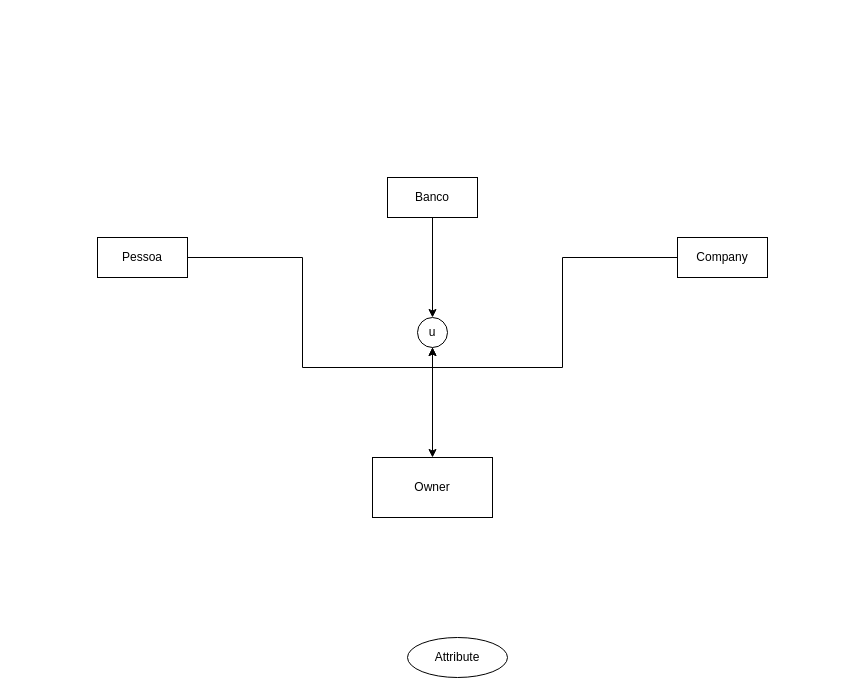
The draw.io diagram Diagrama sem nome.drawio in Paulo255/Jornada_SQL, before the edit. Source tidied: cells renumbered, new cells numbered last; positions are measured from the earlier drawing's top-left corner, leaving out a move shared by most shapes. Both pictures are drawn from the tidied source at 100%, with x=0, y=0 at pixel (97, 177).
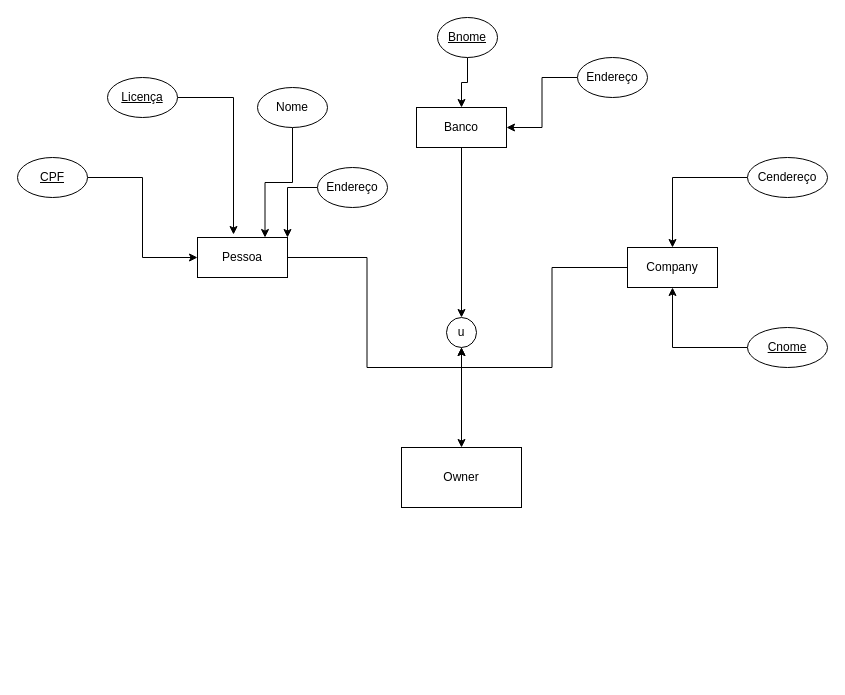
The same page after the edit.

Commit message (it also covers changes not shown here):
Financiamento de veículo

Change to the diagram source:
```diff
@@
     <mxCell id="3" value="Pessoa" style="whiteSpace=wrap;html=1;align=center;rotation=0;" parent="1" vertex="1">
-      <mxGeometry y="60" width="90" height="40" as="geometry" />
+      <mxGeometry x="100" y="60" width="90" height="40" as="geometry" />
     </mxCell>
@@
     <mxCell id="5" value="Banco" style="whiteSpace=wrap;html=1;align=center;" parent="1" vertex="1">
-      <mxGeometry x="290" width="90" height="40" as="geometry" />
+      <mxGeometry x="319" y="-70" width="90" height="40" as="geometry" />
     </mxCell>
@@
     <mxCell id="7" value="Company" style="whiteSpace=wrap;html=1;align=center;" parent="1" vertex="1">
-      <mxGeometry x="580" y="60" width="90" height="40" as="geometry" />
+      <mxGeometry x="530" y="70" width="90" height="40" as="geometry" />
     </mxCell>
@@
     <mxCell id="9" value="u" style="ellipse;whiteSpace=wrap;html=1;" parent="1" vertex="1">
-      <mxGeometry x="320" y="140" width="30" height="30" as="geometry" />
+      <mxGeometry x="349" y="140" width="30" height="30" as="geometry" />
     </mxCell>
     <mxCell id="10" value="Owner" style="rounded=0;whiteSpace=wrap;html=1;" parent="1" vertex="1">
-      <mxGeometry x="275" y="280" width="120" height="60" as="geometry" />
+      <mxGeometry x="304" y="270" width="120" height="60" as="geometry" />
     </mxCell>
+    <mxCell id="12" style="edgeStyle=orthogonalEdgeStyle;rounded=0;jettySize=auto;html=1;entryX=0.75;entryY=0;entryDx=0;entryDy=0;" parent="1" edge="1" source="11" target="3">
+      <mxGeometry relative="1" as="geometry" />
+    </mxCell>
-    <mxCell id="11" value="Attribute" style="ellipse;whiteSpace=wrap;html=1;align=center;" parent="1" vertex="1">
-      <mxGeometry x="310" y="460" width="100" height="40" as="geometry" />
+    <mxCell id="11" value="Nome" style="ellipse;whiteSpace=wrap;html=1;align=center;" parent="1" vertex="1">
+      <mxGeometry x="160" y="-90" width="70" height="40" as="geometry" />
     </mxCell>
+    <mxCell id="13" style="edgeStyle=orthogonalEdgeStyle;rounded=0;jettySize=auto;html=1;entryX=0;entryY=0.5;entryDx=0;entryDy=0;" parent="1" edge="1" source="14" target="3">
+      <mxGeometry relative="1" as="geometry" />
+    </mxCell>
+    <mxCell id="14" value="CPF" style="ellipse;whiteSpace=wrap;html=1;align=center;fontStyle=4;" parent="1" vertex="1">
+      <mxGeometry x="-80" y="-20" width="70" height="40" as="geometry" />
+    </mxCell>
+    <mxCell id="15" style="edgeStyle=orthogonalEdgeStyle;rounded=0;jettySize=auto;html=1;entryX=0.4;entryY=-0.075;entryDx=0;entryDy=0;entryPerimeter=0;" parent="1" edge="1" source="16" target="3">
+      <mxGeometry relative="1" as="geometry" />
+    </mxCell>
+    <mxCell id="16" value="Licença" style="ellipse;whiteSpace=wrap;html=1;align=center;fontStyle=4;" parent="1" vertex="1">
+      <mxGeometry x="10" y="-100" width="70" height="40" as="geometry" />
+    </mxCell>
+    <mxCell id="17" style="edgeStyle=orthogonalEdgeStyle;rounded=0;jettySize=auto;html=1;entryX=1;entryY=0;entryDx=0;entryDy=0;" parent="1" edge="1" source="18" target="3">
+      <mxGeometry relative="1" as="geometry" />
+    </mxCell>
+    <mxCell id="18" value="Endereço" style="ellipse;whiteSpace=wrap;html=1;align=center;" parent="1" vertex="1">
+      <mxGeometry x="220" y="-10" width="70" height="40" as="geometry" />
+    </mxCell>
+    <mxCell id="19" style="edgeStyle=orthogonalEdgeStyle;rounded=0;jettySize=auto;html=1;entryX=1;entryY=0.5;entryDx=0;entryDy=0;" parent="1" edge="1" source="20" target="5">
+      <mxGeometry relative="1" as="geometry" />
+    </mxCell>
+    <mxCell id="20" value="Endereço" style="ellipse;whiteSpace=wrap;html=1;align=center;" parent="1" vertex="1">
+      <mxGeometry x="480" y="-120" width="70" height="40" as="geometry" />
+    </mxCell>
+    <mxCell id="21" style="edgeStyle=orthogonalEdgeStyle;rounded=0;jettySize=auto;html=1;entryX=0.5;entryY=0;entryDx=0;entryDy=0;" parent="1" edge="1" source="22" target="5">
+      <mxGeometry relative="1" as="geometry" />
+    </mxCell>
+    <mxCell id="22" value="Bnome" style="ellipse;whiteSpace=wrap;html=1;align=center;fontStyle=4;" parent="1" vertex="1">
+      <mxGeometry x="340" y="-160" width="60" height="40" as="geometry" />
+    </mxCell>
+    <mxCell id="23" style="edgeStyle=orthogonalEdgeStyle;rounded=0;jettySize=auto;html=1;entryX=0.5;entryY=0;entryDx=0;entryDy=0;" parent="1" edge="1" source="24" target="7">
+      <mxGeometry relative="1" as="geometry" />
+    </mxCell>
+    <mxCell id="24" value="Cendereço" style="ellipse;whiteSpace=wrap;html=1;align=center;" parent="1" vertex="1">
+      <mxGeometry x="650" y="-20" width="80" height="40" as="geometry" />
+    </mxCell>
+    <mxCell id="25" style="edgeStyle=orthogonalEdgeStyle;rounded=0;jettySize=auto;html=1;entryX=0.5;entryY=1;entryDx=0;entryDy=0;" parent="1" edge="1" source="26" target="7">
+      <mxGeometry relative="1" as="geometry" />
+    </mxCell>
+    <mxCell id="26" value="Cnome" style="ellipse;whiteSpace=wrap;html=1;align=center;fontStyle=4;" parent="1" vertex="1">
+      <mxGeometry x="650" y="150" width="80" height="40" as="geometry" />
+    </mxCell>
```
